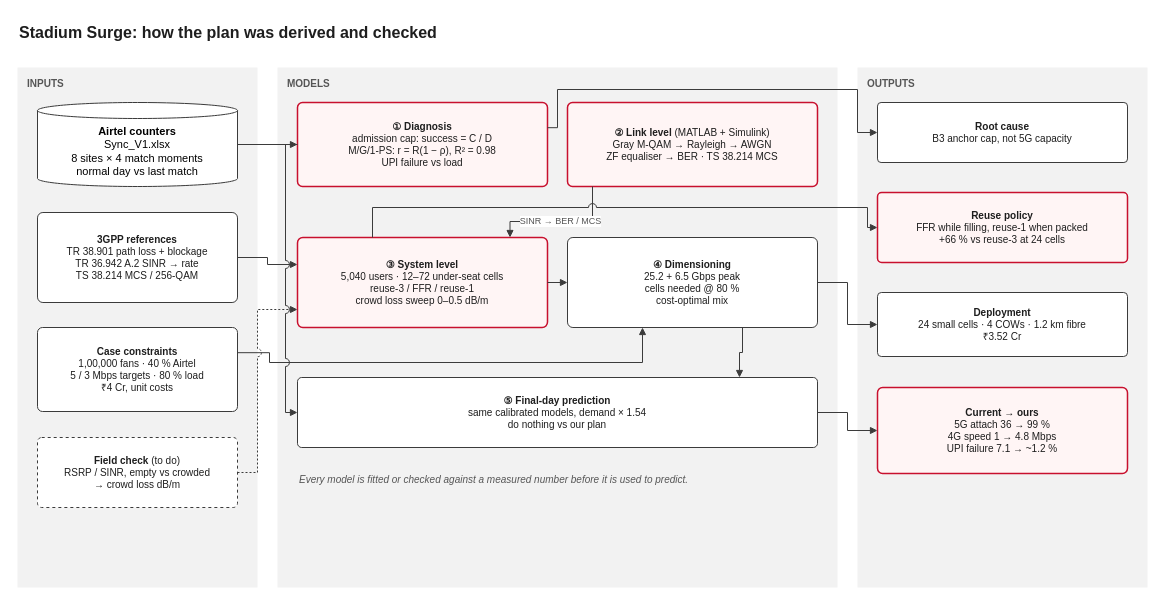
Before: page "Method" (2 of 2) of docs/architecture.drawio in ShreyaNarasimhaKamath/Airtel_Synq_Hackathon-, a draw.io diagram. Source tidied: cells renumbered, new cells numbered last; positions are measured from the earlier drawing's top-left corner, leaving out a move shared by most shapes. Both pictures are drawn from the tidied source at 100%, with x=0, y=0 at pixel (17, 17).
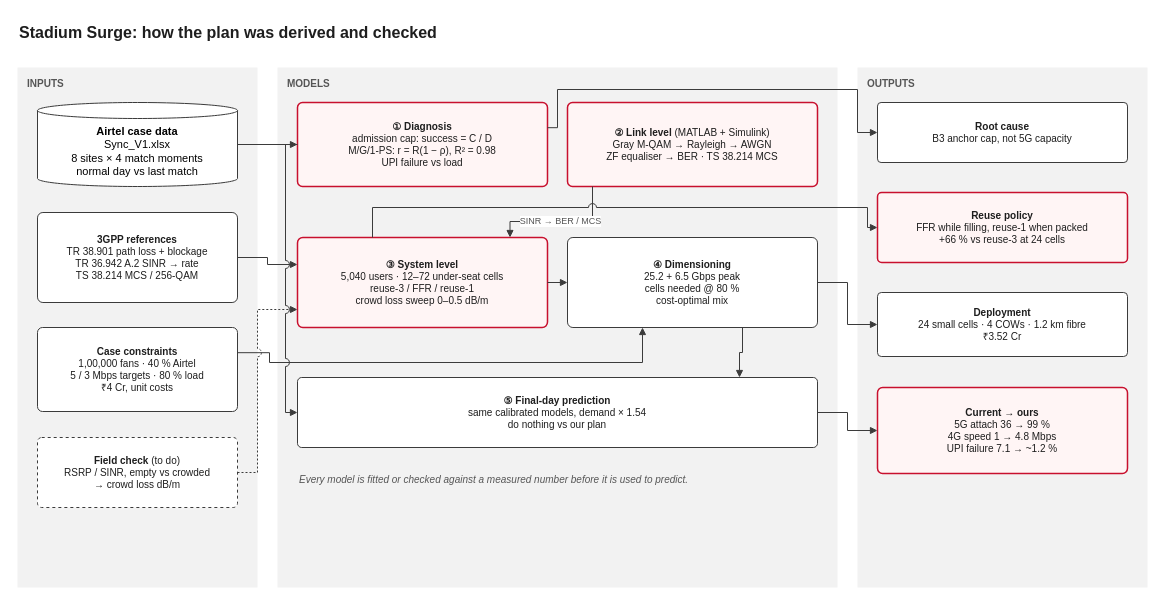
Above is the later version.

Commit message (it also covers changes not shown here):
Add source links, mark assumptions, update video and method diagram

The edit, as a diff of the source:
```diff
@@
-    <mxCell id="6" value="&lt;b&gt;Airtel counters&lt;/b&gt;&lt;br&gt;Sync_V1.xlsx&lt;br&gt;8 sites × 4 match moments&lt;br&gt;normal day vs last match" style="shape=cylinder3;whiteSpace=wrap;html=1;boundedLbl=1;backgroundOutline=1;size=8;fontFamily=Helvetica;fontSize=11;strokeColor=#3B3B3B;fillColor=#FFFFFF;" parent="1" vertex="1">
+    <mxCell id="6" value="&lt;b&gt;Airtel case data&lt;/b&gt;&lt;br&gt;Sync_V1.xlsx&lt;br&gt;8 sites × 4 match moments&lt;br&gt;normal day vs last match" style="shape=cylinder3;whiteSpace=wrap;html=1;boundedLbl=1;backgroundOutline=1;size=8;fontFamily=Helvetica;fontSize=11;strokeColor=#3B3B3B;fillColor=#FFFFFF;" parent="1" vertex="1">
       <mxGeometry x="20" y="85" width="200" height="84" as="geometry" />
     </mxCell>
```
